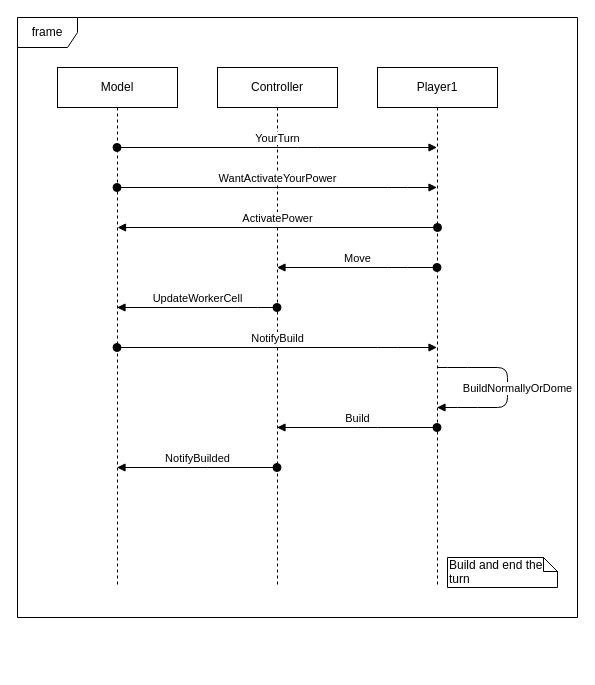
Earlier version of the draw.io diagram page "Case_Atlas" (4 of 7) of UML/newUML.drawio (matteovisotto/ing-sw-2020-Siriani-Stucchi-Visotto). Source tidied: cells renumbered, new cells numbered last; positions are measured from the earlier drawing's top-left corner, leaving out a move shared by most shapes. Both pictures are drawn from the tidied source at 100%, with x=0, y=0 at pixel (17, 17).
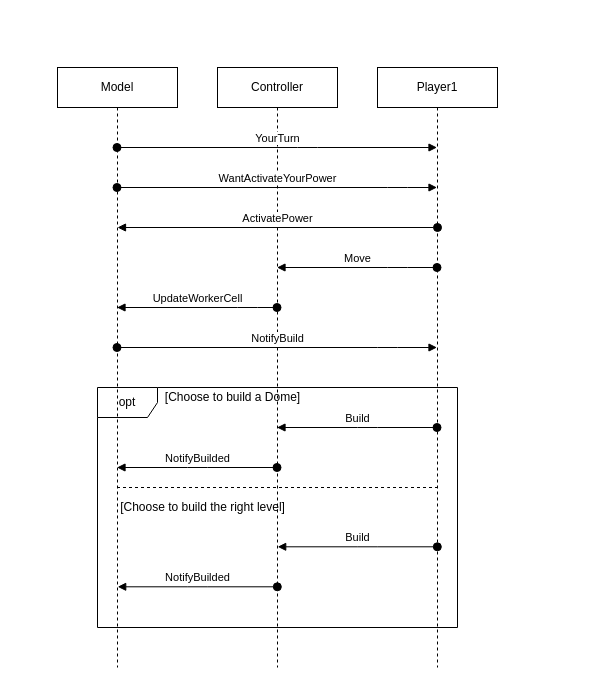
The same page after the edit.

Diff of the diagram source:
```diff
@@
-    <mxCell id="2" value="frame" style="shape=umlFrame;whiteSpace=wrap;html=1;" parent="1" vertex="1">
-      <mxGeometry width="560" height="600" as="geometry" />
-    </mxCell>
+    <mxCell id="16" value="opt" style="shape=umlFrame;whiteSpace=wrap;html=1;" parent="1" vertex="1">
+      <mxGeometry x="80" y="370" width="360" height="240" as="geometry" />
+    </mxCell>
     <mxCell id="3" value="Model&lt;br&gt;" style="shape=umlLifeline;perimeter=lifelinePerimeter;whiteSpace=wrap;html=1;outlineConnect=0;" parent="1" vertex="1">
-      <mxGeometry x="40" y="50" width="120" height="520" as="geometry" />
+      <mxGeometry x="40" y="50" width="120" height="600" as="geometry" />
     </mxCell>
     <mxCell id="4" value="Player1" style="shape=umlLifeline;perimeter=lifelinePerimeter;whiteSpace=wrap;html=1;outlineConnect=0;" parent="1" vertex="1">
-      <mxGeometry x="360" y="50" width="120" height="520" as="geometry" />
+      <mxGeometry x="360" y="50" width="120" height="600" as="geometry" />
     </mxCell>
     <mxCell id="5" value="Controller" style="shape=umlLifeline;perimeter=lifelinePerimeter;whiteSpace=wrap;html=1;outlineConnect=0;" parent="1" vertex="1">
-      <mxGeometry x="200" y="50" width="120" height="520" as="geometry" />
+      <mxGeometry x="200" y="50" width="120" height="600" as="geometry" />
     </mxCell>
@@
-    <mxCell id="11" value="Build and end the turn" style="shape=note;whiteSpace=wrap;html=1;size=14;verticalAlign=top;align=left;spacingTop=-6;" parent="1" vertex="1">
-      <mxGeometry x="430" y="540" width="110" height="30" as="geometry" />
-    </mxCell>
@@
-    <mxCell id="13" value="BuildNormallyOrDome" style="html=1;verticalAlign=bottom;endArrow=block;" parent="1" edge="1" source="4" target="4">
-      <mxGeometry x="0.11" y="10" relative="1" as="geometry">
-        <Array as="points">
-          <mxPoint x="440" y="350" />
-          <mxPoint x="490" y="350" />
-          <mxPoint x="490" y="390" />
-          <mxPoint x="450" y="390" />
-        </Array>
-      </mxGeometry>
-    </mxCell>
@@
+    <mxCell id="17" style="endArrow=none;dashed=1;html=1;" parent="1" edge="1" source="3" target="4">
+      <mxGeometry relative="1" as="geometry">
+        <Array as="points">
+          <mxPoint x="380" y="470" />
+        </Array>
+      </mxGeometry>
+    </mxCell>
+    <mxCell id="18" value="[Choose to build a Dome]" style="text;html=1;align=center;verticalAlign=middle;" parent="1" vertex="1">
+      <mxGeometry x="140" y="370" width="150" height="20" as="geometry" />
+    </mxCell>
+    <mxCell id="19" value="[Choose to build the right level]" style="text;html=1;align=center;verticalAlign=middle;" parent="1" vertex="1">
+      <mxGeometry x="95" y="480" width="180" height="20" as="geometry" />
+    </mxCell>
+    <mxCell id="20" value="Build" style="html=1;verticalAlign=bottom;startArrow=oval;startFill=1;endArrow=block;startSize=8;" parent="1" edge="1">
+      <mxGeometry relative="1" as="geometry">
+        <mxPoint x="419.8" y="529.3" as="sourcePoint" />
+        <mxPoint x="260.2" y="529.3" as="targetPoint" />
+        <Array as="points">
+          <mxPoint x="350.3" y="529.3" />
+        </Array>
+      </mxGeometry>
+    </mxCell>
+    <mxCell id="21" value="NotifyBuilded" style="html=1;verticalAlign=bottom;startArrow=oval;startFill=1;endArrow=block;startSize=8;" parent="1" edge="1">
+      <mxGeometry relative="1" as="geometry">
+        <mxPoint x="259.8" y="569.3" as="sourcePoint" />
+        <mxPoint x="100.2" y="569.3" as="targetPoint" />
+        <Array as="points">
+          <mxPoint x="180.3" y="569.3" />
+        </Array>
+      </mxGeometry>
+    </mxCell>
```
